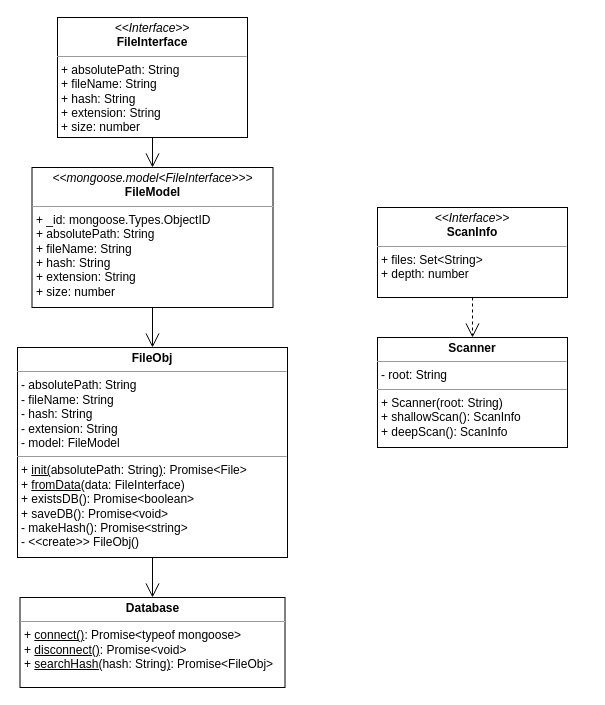
Before: bfs-core.drawio in jm0ran/bfs-core, a draw.io diagram. Source tidied: cells renumbered, new cells numbered last; positions are measured from the earlier drawing's top-left corner, leaving out a move shared by most shapes. Both pictures are drawn from the tidied source at 100%, with x=0, y=0 at pixel (17, 17).
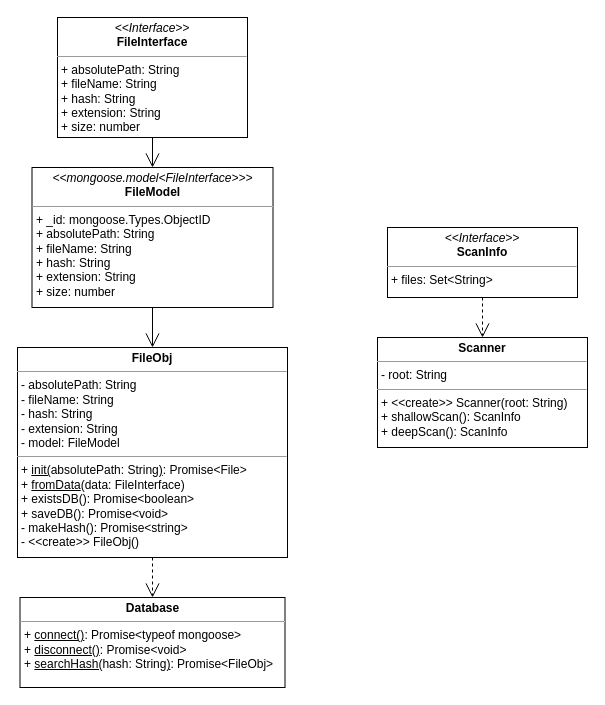
Above is the later version.

Commit message (it also covers changes not shown here):
Folder for interfaces and ScanInfo interface

What changed in the source:
```diff
@@
 <mxGraphModel>
   <root>
     <mxCell id="0" />
     <mxCell id="1" parent="0" />
     <mxCell id="2" value="&lt;p style=&quot;margin: 0px ; margin-top: 4px ; text-align: center&quot;&gt;&lt;b&gt;FileObj&lt;/b&gt;&lt;/p&gt;&lt;hr size=&quot;1&quot;&gt;&lt;p style=&quot;margin: 0px ; margin-left: 4px&quot;&gt;- absolutePath: String&lt;br&gt;- fileName: String&lt;/p&gt;&lt;p style=&quot;margin: 0px ; margin-left: 4px&quot;&gt;- hash: String&lt;/p&gt;&lt;p style=&quot;margin: 0px ; margin-left: 4px&quot;&gt;- extension: String&lt;/p&gt;&lt;p style=&quot;margin: 0px ; margin-left: 4px&quot;&gt;- model: FileModel&lt;/p&gt;&lt;hr size=&quot;1&quot;&gt;&lt;p style=&quot;margin: 0px ; margin-left: 4px&quot;&gt;&lt;span&gt;+ &lt;/span&gt;&lt;u&gt;init(&lt;/u&gt;&lt;span&gt;absolutePath: String&lt;/span&gt;&lt;u&gt;)&lt;/u&gt;&lt;span&gt;: Promise&amp;lt;File&amp;gt;&lt;/span&gt;&lt;br&gt;&lt;/p&gt;&lt;p style=&quot;margin: 0px ; margin-left: 4px&quot;&gt;+ &lt;u&gt;fromData&lt;/u&gt;(data: FileInterface)&lt;/p&gt;&lt;p style=&quot;margin: 0px ; margin-left: 4px&quot;&gt;+ existsDB(): Promise&amp;lt;boolean&amp;gt;&lt;/p&gt;&lt;p style=&quot;margin: 0px ; margin-left: 4px&quot;&gt;+ saveDB(): Promise&amp;lt;void&amp;gt;&lt;/p&gt;&lt;p style=&quot;margin: 0px 0px 0px 4px&quot;&gt;- makeHash(): Promise&amp;lt;string&amp;gt;&lt;/p&gt;&lt;p style=&quot;margin: 0px 0px 0px 4px&quot;&gt;- &amp;lt;&amp;lt;create&amp;gt;&amp;gt; FileObj()&lt;/p&gt;&lt;div&gt;&lt;br&gt;&lt;/div&gt;&lt;p style=&quot;margin: 0px ; margin-left: 4px&quot;&gt;&lt;br&gt;&lt;/p&gt;" style="verticalAlign=top;align=left;overflow=fill;fontSize=12;fontFamily=Helvetica;html=1;" parent="1" vertex="1">
       <mxGeometry y="330" width="270" height="210" as="geometry" />
     </mxCell>
     <mxCell id="3" value="&lt;p style=&quot;margin: 0px ; margin-top: 4px ; text-align: center&quot;&gt;&lt;i&gt;&amp;lt;&amp;lt;mongoose.model&amp;lt;FileInterface&amp;gt;&amp;gt;&amp;gt;&lt;/i&gt;&lt;br&gt;&lt;b&gt;FileModel&lt;/b&gt;&lt;/p&gt;&lt;hr size=&quot;1&quot;&gt;&lt;p style=&quot;margin: 0px ; margin-left: 4px&quot;&gt;+ _id: mongoose.Types.ObjectID&lt;/p&gt;&lt;p style=&quot;margin: 0px ; margin-left: 4px&quot;&gt;+ absolutePath: String&lt;/p&gt;&lt;p style=&quot;margin: 0px ; margin-left: 4px&quot;&gt;+ fileName: String&lt;br&gt;+ hash: String&lt;/p&gt;&lt;p style=&quot;margin: 0px ; margin-left: 4px&quot;&gt;+ extension: String&lt;/p&gt;&lt;p style=&quot;margin: 0px ; margin-left: 4px&quot;&gt;+ size: number&lt;/p&gt;" style="verticalAlign=top;align=left;overflow=fill;fontSize=12;fontFamily=Helvetica;html=1;" parent="1" vertex="1">
       <mxGeometry x="14.5" y="150" width="241" height="140" as="geometry" />
     </mxCell>
     <mxCell id="4" value="&lt;p style=&quot;margin: 0px ; margin-top: 4px ; text-align: center&quot;&gt;&lt;i&gt;&amp;lt;&amp;lt;Interface&amp;gt;&amp;gt;&lt;/i&gt;&lt;br&gt;&lt;b&gt;FileInterface&lt;/b&gt;&lt;/p&gt;&lt;hr size=&quot;1&quot;&gt;&lt;p style=&quot;margin: 0px ; margin-left: 4px&quot;&gt;+ absolutePath: String&lt;br&gt;+ fileName: String&lt;/p&gt;&lt;p style=&quot;margin: 0px 0px 0px 4px&quot;&gt;+ hash: String&lt;/p&gt;&lt;p style=&quot;margin: 0px 0px 0px 4px&quot;&gt;+ extension: String&lt;/p&gt;&lt;p style=&quot;margin: 0px 0px 0px 4px&quot;&gt;+ size: number&lt;/p&gt;&lt;p style=&quot;margin: 0px 0px 0px 4px&quot;&gt;&lt;br&gt;&lt;/p&gt;" style="verticalAlign=top;align=left;overflow=fill;fontSize=12;fontFamily=Helvetica;html=1;" parent="1" vertex="1">
       <mxGeometry x="40" width="190" height="120" as="geometry" />
     </mxCell>
     <mxCell id="5" style="endArrow=open;endFill=1;endSize=12;html=1;rounded=0;exitX=0.5;exitY=1;exitDx=0;exitDy=0;entryX=0.5;entryY=0;entryDx=0;entryDy=0;" parent="1" edge="1" source="4" target="3">
       <mxGeometry relative="1" as="geometry" />
     </mxCell>
     <mxCell id="6" style="endArrow=open;endFill=1;endSize=12;html=1;rounded=0;exitX=0.5;exitY=1;exitDx=0;exitDy=0;entryX=0.5;entryY=0;entryDx=0;entryDy=0;" parent="1" edge="1" source="3" target="2">
       <mxGeometry relative="1" as="geometry" />
     </mxCell>
     <mxCell id="7" value="&lt;p style=&quot;margin: 0px ; margin-top: 4px ; text-align: center&quot;&gt;&lt;b&gt;Database&lt;/b&gt;&lt;/p&gt;&lt;hr size=&quot;1&quot;&gt;&lt;p style=&quot;margin: 0px ; margin-left: 4px&quot;&gt;&lt;span&gt;+ &lt;u&gt;connect()&lt;/u&gt;: Promise&amp;lt;typeof mongoose&amp;gt;&lt;/span&gt;&lt;br&gt;&lt;/p&gt;&lt;p style=&quot;margin: 0px ; margin-left: 4px&quot;&gt;+ &lt;u&gt;disconnect()&lt;/u&gt;: Promise&amp;lt;void&amp;gt;&lt;/p&gt;&lt;p style=&quot;margin: 0px ; margin-left: 4px&quot;&gt;+ &lt;u&gt;searchHash(&lt;/u&gt;hash: String&lt;u&gt;)&lt;/u&gt;: Promise&amp;lt;FileObj&amp;gt;&lt;/p&gt;" style="verticalAlign=top;align=left;overflow=fill;fontSize=12;fontFamily=Helvetica;html=1;" parent="1" vertex="1">
       <mxGeometry x="2.5" y="580" width="265" height="90" as="geometry" />
     </mxCell>
-    <mxCell id="8" style="endArrow=open;endFill=1;endSize=12;html=1;rounded=0;exitX=0.5;exitY=1;exitDx=0;exitDy=0;entryX=0.5;entryY=0;entryDx=0;entryDy=0;" parent="1" edge="1" source="2" target="7">
+    <mxCell id="8" style="endArrow=open;endFill=1;endSize=12;html=1;rounded=0;exitX=0.5;exitY=1;exitDx=0;exitDy=0;entryX=0.5;entryY=0;entryDx=0;entryDy=0;dashed=1;" parent="1" edge="1" source="2" target="7">
       <mxGeometry relative="1" as="geometry" />
     </mxCell>
-    <mxCell id="9" value="&lt;p style=&quot;margin: 0px ; margin-top: 4px ; text-align: center&quot;&gt;&lt;b&gt;Scanner&lt;/b&gt;&lt;/p&gt;&lt;hr size=&quot;1&quot;&gt;&lt;p style=&quot;margin: 0px ; margin-left: 4px&quot;&gt;- root: String&lt;br&gt;&lt;/p&gt;&lt;hr size=&quot;1&quot;&gt;&lt;p style=&quot;margin: 0px ; margin-left: 4px&quot;&gt;+ Scanner(root: String)&lt;br&gt;+ shallowScan(): ScanInfo&lt;/p&gt;&lt;p style=&quot;margin: 0px ; margin-left: 4px&quot;&gt;+ deepScan(): ScanInfo&lt;/p&gt;" style="verticalAlign=top;align=left;overflow=fill;fontSize=12;fontFamily=Helvetica;html=1;" parent="1" vertex="1">
-      <mxGeometry x="360" y="320" width="190" height="110" as="geometry" />
+    <mxCell id="9" value="&lt;p style=&quot;margin: 0px ; margin-top: 4px ; text-align: center&quot;&gt;&lt;b&gt;Scanner&lt;/b&gt;&lt;/p&gt;&lt;hr size=&quot;1&quot;&gt;&lt;p style=&quot;margin: 0px ; margin-left: 4px&quot;&gt;- root: String&lt;br&gt;&lt;/p&gt;&lt;hr size=&quot;1&quot;&gt;&lt;p style=&quot;margin: 0px ; margin-left: 4px&quot;&gt;+ &amp;lt;&amp;lt;create&amp;gt;&amp;gt; Scanner(root: String)&lt;br&gt;+ shallowScan(): ScanInfo&lt;/p&gt;&lt;p style=&quot;margin: 0px ; margin-left: 4px&quot;&gt;+ deepScan(): ScanInfo&lt;/p&gt;" style="verticalAlign=top;align=left;overflow=fill;fontSize=12;fontFamily=Helvetica;html=1;" parent="1" vertex="1">
+      <mxGeometry x="360" y="320" width="210" height="110" as="geometry" />
     </mxCell>
-    <mxCell id="10" value="&lt;p style=&quot;margin: 0px ; margin-top: 4px ; text-align: center&quot;&gt;&lt;i&gt;&amp;lt;&amp;lt;Interface&amp;gt;&amp;gt;&lt;/i&gt;&lt;br&gt;&lt;b&gt;ScanInfo&lt;/b&gt;&lt;/p&gt;&lt;hr size=&quot;1&quot;&gt;&lt;p style=&quot;margin: 0px ; margin-left: 4px&quot;&gt;+ files: Set&amp;lt;String&amp;gt;&lt;br&gt;+ depth: number&lt;/p&gt;&lt;p style=&quot;margin: 0px ; margin-left: 4px&quot;&gt;&lt;br&gt;&lt;/p&gt;&lt;p style=&quot;margin: 0px ; margin-left: 4px&quot;&gt;&lt;br&gt;&lt;/p&gt;" style="verticalAlign=top;align=left;overflow=fill;fontSize=12;fontFamily=Helvetica;html=1;" parent="1" vertex="1">
-      <mxGeometry x="360" y="190" width="190" height="90" as="geometry" />
+    <mxCell id="10" value="&lt;p style=&quot;margin: 0px ; margin-top: 4px ; text-align: center&quot;&gt;&lt;i&gt;&amp;lt;&amp;lt;Interface&amp;gt;&amp;gt;&lt;/i&gt;&lt;br&gt;&lt;b&gt;ScanInfo&lt;/b&gt;&lt;/p&gt;&lt;hr size=&quot;1&quot;&gt;&lt;p style=&quot;margin: 0px ; margin-left: 4px&quot;&gt;+ files: Set&amp;lt;String&amp;gt;&lt;br&gt;&lt;/p&gt;&lt;p style=&quot;margin: 0px ; margin-left: 4px&quot;&gt;&lt;br&gt;&lt;/p&gt;&lt;p style=&quot;margin: 0px ; margin-left: 4px&quot;&gt;&lt;br&gt;&lt;/p&gt;" style="verticalAlign=top;align=left;overflow=fill;fontSize=12;fontFamily=Helvetica;html=1;" parent="1" vertex="1">
+      <mxGeometry x="370" y="210" width="190" height="70" as="geometry" />
     </mxCell>
     <mxCell id="11" style="endArrow=open;endSize=12;dashed=1;html=1;rounded=0;exitX=0.5;exitY=1;exitDx=0;exitDy=0;entryX=0.5;entryY=0;entryDx=0;entryDy=0;" parent="1" edge="1" source="10" target="9">
       <mxGeometry relative="1" as="geometry" />
     </mxCell>
   </root>
 </mxGraphModel>
```
